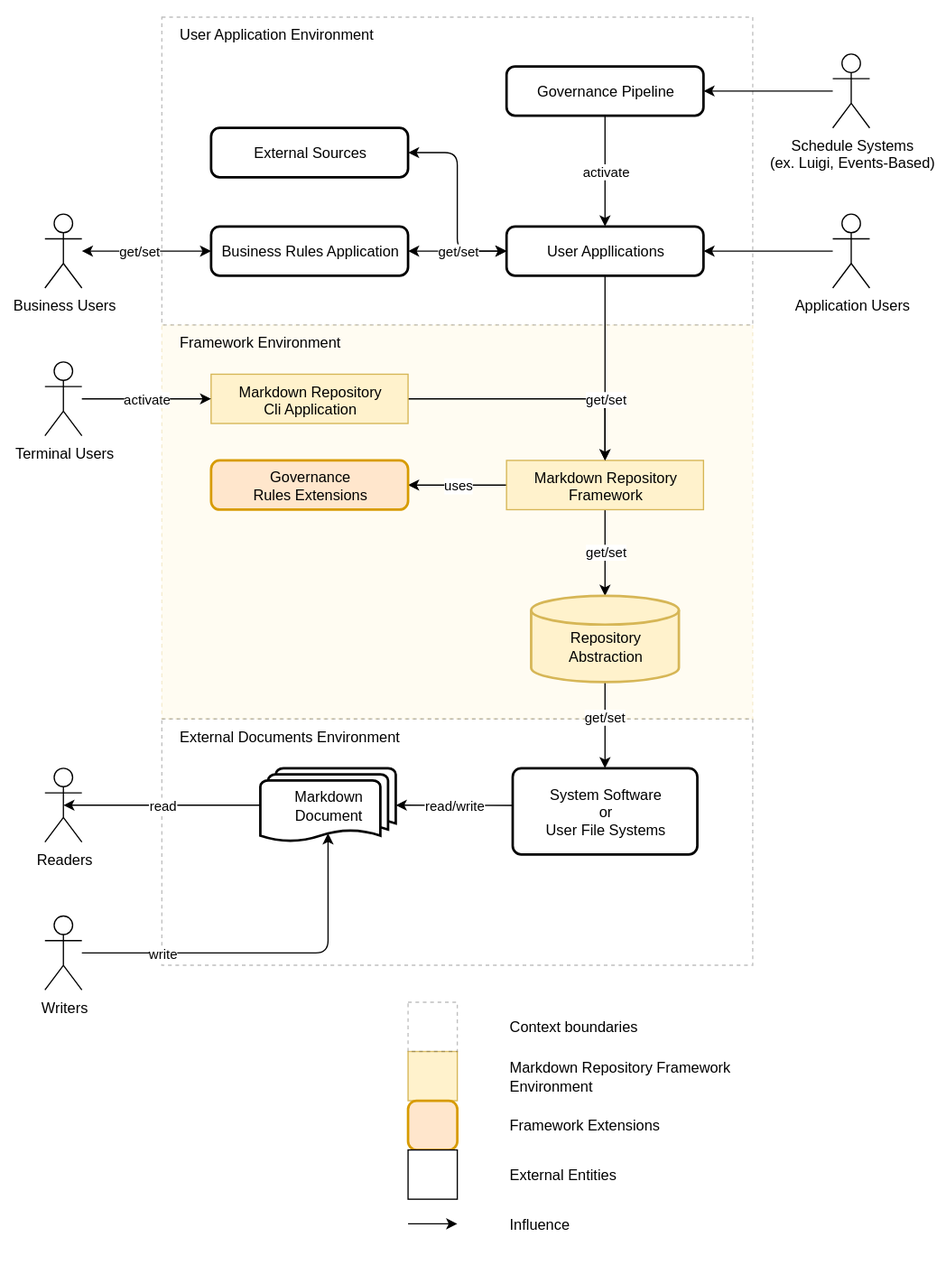
Before: support/repositories/images/context-diagram.svg, a diagram exported from draw.io (alvaro-osvaldo-tm/markdown-repository). Source tidied: cells renumbered, new cells last; positions are measured from the earlier drawing's top-left corner, leaving out a move shared by most shapes.
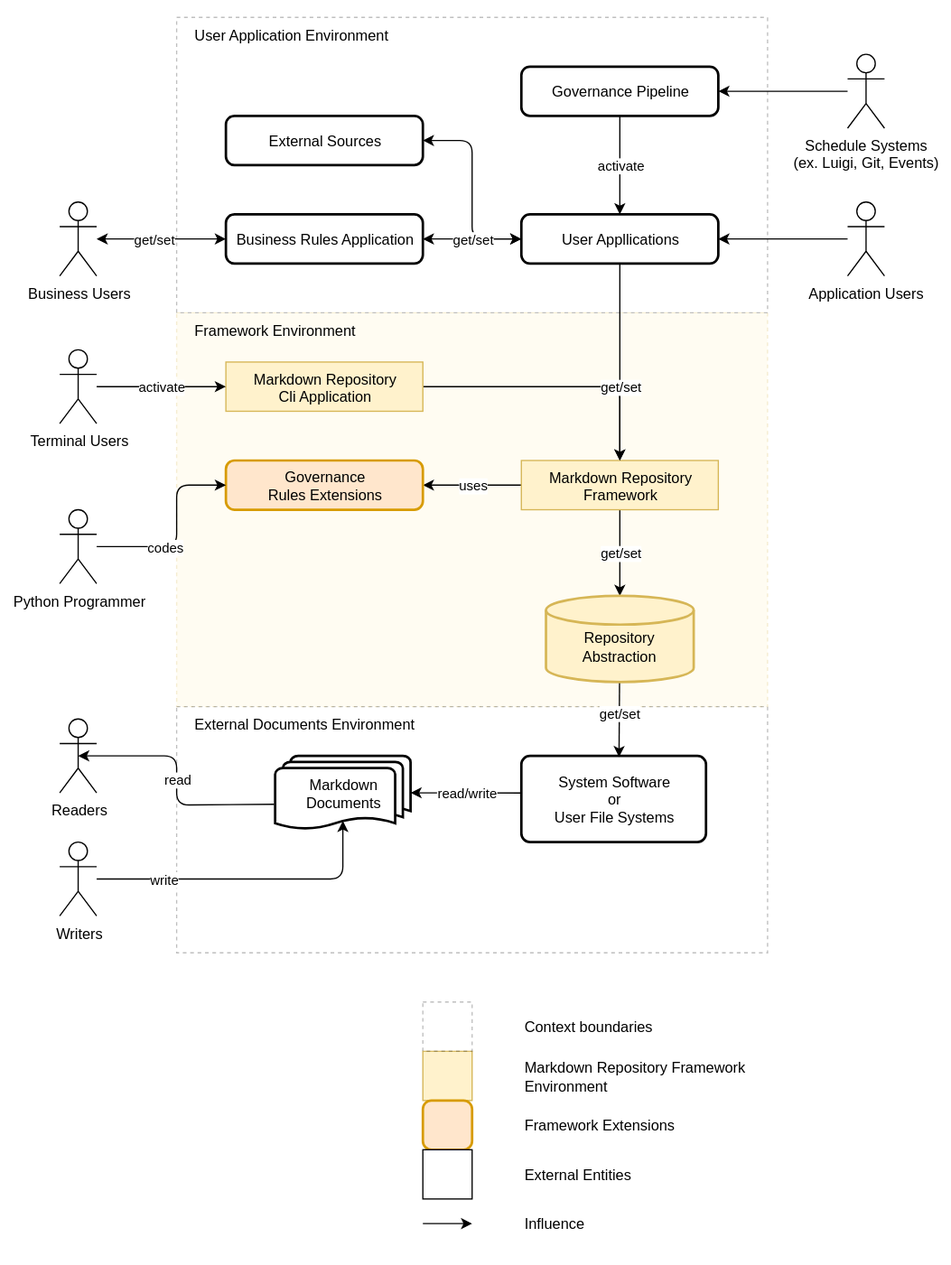
After the change.

Commit message:
docs(context-diagram): Updated the context diagram with 'System Vision' updates

What changed in the source:
```diff
@@ -3,38 +3,43 @@
     <mxCell id="0" />
     <mxCell id="1" parent="0" />
     <mxCell id="2" value="Framework Environment" style="rounded=0;whiteSpace=wrap;html=1;fillColor=#fff2cc;opacity=25;dashed=1;verticalAlign=top;align=left;spacingLeft=12;spacingTop=0;strokeColor=#d6b656;" parent="1" vertex="1">
-      <mxGeometry x="95" y="250" width="480" height="320" as="geometry" />
+      <mxGeometry x="95" y="240" width="480" height="320" as="geometry" />
     </mxCell>
     <mxCell id="3" value="User Application Environment" style="rounded=0;whiteSpace=wrap;html=1;fillColor=default;opacity=25;dashed=1;verticalAlign=top;align=left;spacingLeft=12;spacingTop=0;" parent="1" vertex="1">
-      <mxGeometry x="95" width="480" height="250" as="geometry" />
+      <mxGeometry x="95" width="480" height="240" as="geometry" />
     </mxCell>
     <mxCell id="4" value="activate" style="edgeStyle=none;html=1;entryX=0.5;entryY=0;entryDx=0;entryDy=0;" parent="1" edge="1" source="21" target="22">
       <mxGeometry relative="1" as="geometry" />
     </mxCell>
     <mxCell id="5" value="External Documents Environment" style="rounded=0;whiteSpace=wrap;html=1;fillColor=default;opacity=25;dashed=1;verticalAlign=top;align=left;spacingLeft=12;spacingTop=0;" parent="1" vertex="1">
-      <mxGeometry x="95" y="570" width="480" height="200" as="geometry" />
+      <mxGeometry x="95" y="560" width="480" height="200" as="geometry" />
     </mxCell>
     <mxCell id="6" value="Writers" style="shape=umlActor;verticalLabelPosition=bottom;verticalAlign=top;html=1;outlineConnect=0;" parent="1" vertex="1">
-      <mxGeometry y="730" width="30" height="60" as="geometry" />
+      <mxGeometry y="670" width="30" height="60" as="geometry" />
     </mxCell>
     <mxCell id="7" value="Readers" style="shape=umlActor;verticalLabelPosition=bottom;verticalAlign=top;html=1;outlineConnect=0;" parent="1" vertex="1">
-      <mxGeometry y="610" width="30" height="60" as="geometry" />
+      <mxGeometry y="570" width="30" height="60" as="geometry" />
     </mxCell>
-    <mxCell id="8" value="Markdown Document" style="strokeWidth=2;html=1;shape=mxgraph.flowchart.multi-document;whiteSpace=wrap;" parent="1" vertex="1">
-      <mxGeometry x="175" y="610" width="110" height="60" as="geometry" />
+    <mxCell id="8" value="Markdown Documents" style="strokeWidth=2;html=1;shape=mxgraph.flowchart.multi-document;whiteSpace=wrap;" parent="1" vertex="1">
+      <mxGeometry x="175" y="600" width="110" height="60" as="geometry" />
     </mxCell>
-    <mxCell id="9" value="read" style="edgeStyle=none;html=1;entryX=0.5;entryY=0.5;entryDx=0;entryDy=0;entryPerimeter=0;" parent="1" edge="1" source="8" target="7">
-      <mxGeometry relative="1" as="geometry" />
+    <mxCell id="9" value="read" style="edgeStyle=none;html=1;entryX=0.5;entryY=0.5;entryDx=0;entryDy=0;entryPerimeter=0;exitX=-0.007;exitY=0.655;exitDx=0;exitDy=0;exitPerimeter=0;" parent="1" edge="1" source="8" target="7">
+      <mxGeometry relative="1" as="geometry">
+        <Array as="points">
+          <mxPoint x="95" y="640" />
+          <mxPoint x="95" y="600" />
+        </Array>
+      </mxGeometry>
     </mxCell>
     <mxCell id="10" value="write" style="edgeStyle=none;html=1;entryX=0.5;entryY=0.88;entryDx=0;entryDy=0;entryPerimeter=0;" parent="1" edge="1" source="6" target="8">
       <mxGeometry x="-0.56" relative="1" as="geometry">
         <Array as="points">
-          <mxPoint x="230" y="760" />
+          <mxPoint x="230" y="700" />
         </Array>
       </mxGeometry>
     </mxCell>
     <mxCell id="11" value="System Software &lt;br&gt;or&lt;br&gt;User File Systems" style="rounded=1;whiteSpace=wrap;html=1;absoluteArcSize=1;arcSize=14;strokeWidth=2;" parent="1" vertex="1">
-      <mxGeometry x="380" y="610" width="150" height="70" as="geometry" />
+      <mxGeometry x="375" y="600" width="150" height="70" as="geometry" />
     </mxCell>
     <mxCell id="12" value="read/write" style="edgeStyle=none;html=1;entryX=1;entryY=0.5;entryDx=0;entryDy=0;entryPerimeter=0;exitX=0.002;exitY=0.431;exitDx=0;exitDy=0;exitPerimeter=0;" parent="1" edge="1" source="11" target="8">
       <mxGeometry relative="1" as="geometry" />
@@ -51,7 +56,7 @@
     <mxCell id="16" value="Governance&lt;br&gt;Rules Extensions" style="rounded=1;whiteSpace=wrap;html=1;absoluteArcSize=1;arcSize=14;strokeWidth=2;fillColor=#ffe6cc;strokeColor=#d79b00;" parent="1" vertex="1">
       <mxGeometry x="135" y="360" width="160" height="40" as="geometry" />
     </mxCell>
-    <mxCell id="17" style="edgeStyle=none;html=1;entryX=0.5;entryY=0;entryDx=0;entryDy=0;" parent="1" edge="1" source="19" target="11">
+    <mxCell id="17" style="edgeStyle=none;html=1;entryX=0.529;entryY=0.014;entryDx=0;entryDy=0;entryPerimeter=0;" parent="1" edge="1" source="19" target="11">
       <mxGeometry relative="1" as="geometry" />
     </mxCell>
     <mxCell id="18" value="get/set" style="edgeLabel;html=1;align=center;verticalAlign=middle;" parent="17" vertex="1">
@@ -61,34 +66,34 @@
       <mxGeometry x="395" y="470" width="120" height="70" as="geometry" />
     </mxCell>
     <mxCell id="20" value="Business Rules Application" style="rounded=1;whiteSpace=wrap;html=1;absoluteArcSize=1;arcSize=14;strokeWidth=2;" parent="1" vertex="1">
-      <mxGeometry x="135" y="170" width="160" height="40" as="geometry" />
+      <mxGeometry x="135" y="160" width="160" height="40" as="geometry" />
     </mxCell>
     <mxCell id="21" value="Governance Pipeline" style="rounded=1;whiteSpace=wrap;html=1;absoluteArcSize=1;arcSize=14;strokeWidth=2;" parent="1" vertex="1">
       <mxGeometry x="375" y="40" width="160" height="40" as="geometry" />
     </mxCell>
     <mxCell id="22" value="User Appllications" style="rounded=1;whiteSpace=wrap;html=1;absoluteArcSize=1;arcSize=14;strokeWidth=2;" parent="1" vertex="1">
-      <mxGeometry x="375" y="170" width="160" height="40" as="geometry" />
+      <mxGeometry x="375" y="160" width="160" height="40" as="geometry" />
     </mxCell>
     <mxCell id="23" style="edgeStyle=none;html=1;entryX=0.5;entryY=0;entryDx=0;entryDy=0;" parent="1" edge="1" source="25" target="15">
       <mxGeometry relative="1" as="geometry">
         <Array as="points">
-          <mxPoint x="455" y="310" />
+          <mxPoint x="455" y="300" />
         </Array>
       </mxGeometry>
     </mxCell>
     <mxCell id="24" style="edgeStyle=none;html=1;entryX=1;entryY=0.5;entryDx=0;entryDy=0;startArrow=classic;startFill=1;exitX=0;exitY=0.5;exitDx=0;exitDy=0;" parent="1" edge="1" source="22" target="26">
       <mxGeometry relative="1" as="geometry">
         <Array as="points">
-          <mxPoint x="335" y="190" />
-          <mxPoint x="335" y="110" />
+          <mxPoint x="335" y="180" />
+          <mxPoint x="335" y="100" />
         </Array>
       </mxGeometry>
     </mxCell>
     <mxCell id="25" value="Markdown Repository &lt;br&gt;Cli Application" style="rounded=0;whiteSpace=wrap;html=1;horizontal=1;verticalAlign=top;fillColor=#fff2cc;strokeColor=#d6b656;" parent="1" vertex="1">
-      <mxGeometry x="135" y="290" width="160" height="40" as="geometry" />
+      <mxGeometry x="135" y="280" width="160" height="40" as="geometry" />
     </mxCell>
     <mxCell id="26" value="External Sources" style="rounded=1;whiteSpace=wrap;html=1;absoluteArcSize=1;arcSize=14;strokeWidth=2;" parent="1" vertex="1">
-      <mxGeometry x="135" y="90" width="160" height="40" as="geometry" />
+      <mxGeometry x="135" y="80" width="160" height="40" as="geometry" />
     </mxCell>
     <mxCell id="27" value="get/set" style="edgeStyle=none;html=1;entryX=1;entryY=0.5;entryDx=0;entryDy=0;startArrow=classic;startFill=1;exitX=0;exitY=0.5;exitDx=0;exitDy=0;" parent="1" edge="1" source="22" target="20">
       <mxGeometry relative="1" as="geometry" />
@@ -97,21 +102,21 @@
       <mxGeometry relative="1" as="geometry" />
     </mxCell>
     <mxCell id="29" value="Terminal Users" style="shape=umlActor;verticalLabelPosition=bottom;verticalAlign=top;html=1;outlineConnect=0;" parent="1" vertex="1">
-      <mxGeometry y="280" width="30" height="60" as="geometry" />
+      <mxGeometry y="270" width="30" height="60" as="geometry" />
     </mxCell>
     <mxCell id="30" value="get/set" style="edgeStyle=none;html=1;entryX=0.5;entryY=0;entryDx=0;entryDy=0;" parent="1" edge="1" source="22" target="15">
-      <mxGeometry x="0.33" relative="1" as="geometry" />
+      <mxGeometry x="0.25" relative="1" as="geometry" />
     </mxCell>
     <mxCell id="31" style="edgeStyle=none;html=1;entryX=1;entryY=0.5;entryDx=0;entryDy=0;" parent="1" edge="1" source="32" target="22">
       <mxGeometry relative="1" as="geometry" />
     </mxCell>
     <mxCell id="32" value="Application Users" style="shape=umlActor;verticalLabelPosition=bottom;verticalAlign=top;html=1;outlineConnect=0;" parent="1" vertex="1">
-      <mxGeometry x="640" y="160" width="30" height="60" as="geometry" />
+      <mxGeometry x="640" y="150" width="30" height="60" as="geometry" />
     </mxCell>
     <mxCell id="33" style="edgeStyle=none;html=1;entryX=1;entryY=0.5;entryDx=0;entryDy=0;" parent="1" edge="1" source="34" target="21">
       <mxGeometry relative="1" as="geometry" />
     </mxCell>
-    <mxCell id="34" value="Schedule Systems &lt;br&gt;(ex. Luigi, Events-Based)" style="shape=umlActor;verticalLabelPosition=bottom;verticalAlign=top;html=1;outlineConnect=0;" parent="1" vertex="1">
+    <mxCell id="34" value="Schedule Systems &lt;br&gt;(ex. Luigi, Git, Events)" style="shape=umlActor;verticalLabelPosition=bottom;verticalAlign=top;html=1;outlineConnect=0;" parent="1" vertex="1">
       <mxGeometry x="640" y="30" width="30" height="60" as="geometry" />
     </mxCell>
     <mxCell id="35" style="edgeStyle=none;html=1;startArrow=classic;startFill=1;" parent="1" edge="1" source="37" target="20">
@@ -123,7 +128,7 @@
       </mxGeometry>
     </mxCell>
     <mxCell id="37" value="Business Users" style="shape=umlActor;verticalLabelPosition=bottom;verticalAlign=top;html=1;outlineConnect=0;" parent="1" vertex="1">
-      <mxGeometry y="160" width="30" height="60" as="geometry" />
+      <mxGeometry y="150" width="30" height="60" as="geometry" />
     </mxCell>
     <mxCell id="38" style="group;" parent="1" vertex="1">
       <mxGeometry x="295" y="800" width="280" height="200" as="geometry" />
@@ -164,5 +169,16 @@
     <mxCell id="49" value="Influence" style="text;html=1;strokeColor=none;fillColor=none;align=left;verticalAlign=middle;whiteSpace=wrap;rounded=0;" parent="38" vertex="1">
       <mxGeometry x="80" y="160" width="200" height="40" as="geometry" />
     </mxCell>
+    <mxCell id="50" value="codes" style="edgeStyle=none;html=1;entryX=0;entryY=0.5;entryDx=0;entryDy=0;" parent="1" edge="1" source="51" target="16">
+      <mxGeometry x="-0.29" relative="1" as="geometry">
+        <Array as="points">
+          <mxPoint x="95" y="430" />
+          <mxPoint x="95" y="380" />
+        </Array>
+      </mxGeometry>
+    </mxCell>
+    <mxCell id="51" value="Python Programmer" style="shape=umlActor;verticalLabelPosition=bottom;verticalAlign=top;html=1;outlineConnect=0;" parent="1" vertex="1">
+      <mxGeometry y="400" width="30" height="60" as="geometry" />
+    </mxCell>
   </root>
 </mxGraphModel>
```
